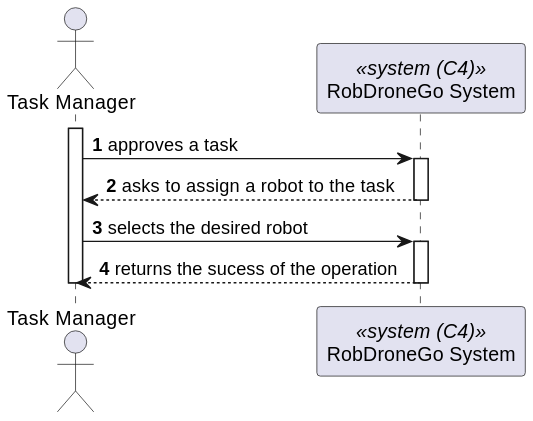
This is _wiki/sprint-c/us-470/views/level-1/assets/process-view.svg from miseEnPlace-dev/lapr5, a PlantUML export, as it was before one commit. The source it was exported from:
```plantuml
@startuml process-view
autonumber

actor TM as "Task Manager"
participant SYS as "RobDroneGo System" <<system (C4)>>

activate TM

TM -> SYS : approves a task
activate SYS

TM <-- SYS : asks to assign a robot to the task
deactivate SYS

TM -> SYS : selects the desired robot
activate SYS

TM <-- SYS : returns the sucess of the operation
deactivate SYS

deactivate TM

@enduml
```
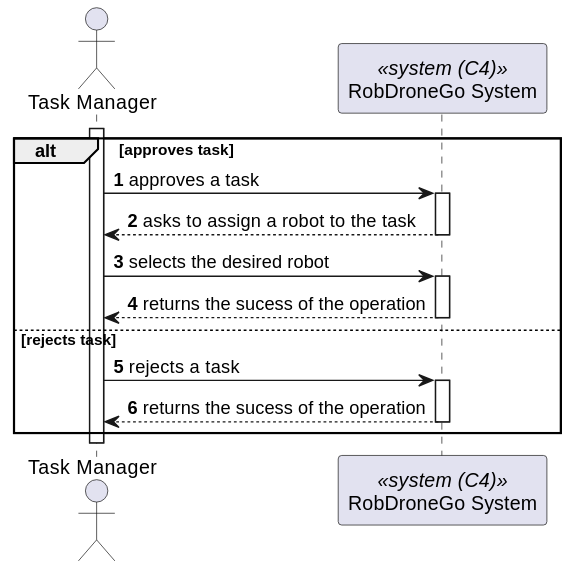
The same file after the commit.

Change to the diagram source:
```diff
@@ -6,17 +6,26 @@
 
 activate TM
 
-TM -> SYS : approves a task
-activate SYS
+alt approves task
+  TM -> SYS : approves a task
+  activate SYS
 
-TM <-- SYS : asks to assign a robot to the task
-deactivate SYS
+  TM <-- SYS : asks to assign a robot to the task
+  deactivate SYS
 
-TM -> SYS : selects the desired robot
-activate SYS
+  TM -> SYS : selects the desired robot
+  activate SYS
 
-TM <-- SYS : returns the sucess of the operation
-deactivate SYS
+  TM <-- SYS : returns the sucess of the operation
+  deactivate SYS
+
+else rejects task
+  TM -> SYS : rejects a task
+  activate SYS
+
+  TM <-- SYS : returns the sucess of the operation
+  deactivate SYS
+end
 
 deactivate TM
 
```
